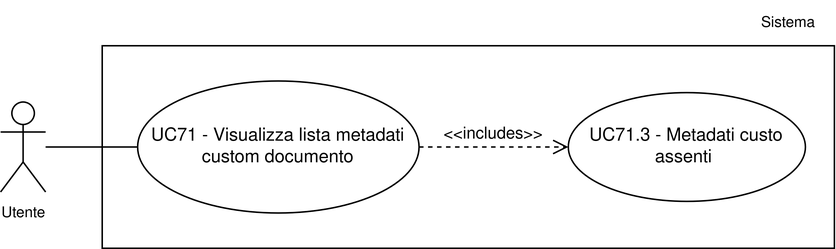
Above: assets/uml/UC71.png in 7-ZPUs/Docs (draw.io), before the change. Source tidied: cells renumbered, new cells last; positions are measured from the earlier drawing's top-left corner, leaving out a move shared by most shapes. Its diagram source:
```xml
<mxGraphModel>
  <root>
    <mxCell id="0" />
    <mxCell id="1" parent="0" />
    <mxCell id="2" style="whiteSpace=wrap;html=1;" parent="1" vertex="1">
      <mxGeometry x="67.6" y="30" width="487.8" height="135" as="geometry" />
    </mxCell>
    <mxCell id="3" value="UC71 - Visualizza lista metadati custom documento" style="ellipse;whiteSpace=wrap;html=1;" parent="1" vertex="1">
      <mxGeometry x="91.2" y="53.5" width="187.5" height="88" as="geometry" />
    </mxCell>
    <mxCell id="4" value="&lt;font style=&quot;font-size: 10px;&quot;&gt;Utente&lt;/font&gt;" style="shape=umlActor;verticalLabelPosition=bottom;verticalAlign=top;html=1;outlineConnect=0;" parent="1" vertex="1">
      <mxGeometry x="-0.1" y="67.5" width="30" height="60" as="geometry" />
    </mxCell>
    <mxCell id="5" style="endArrow=none;html=1;rounded=0;entryX=0;entryY=0.5;entryDx=0;entryDy=0;" parent="1" edge="1" source="4" target="3">
      <mxGeometry relative="1" as="geometry" />
    </mxCell>
    <mxCell id="6" value="Sistema" style="text;html=1;whiteSpace=wrap;strokeColor=none;fillColor=none;align=center;verticalAlign=middle;rounded=0;fontSize=10;" parent="1" vertex="1">
      <mxGeometry x="495.4" width="60" height="30" as="geometry" />
    </mxCell>
    <mxCell id="7" value="UC71.3 - Metadati custo assenti&amp;nbsp;" style="ellipse;whiteSpace=wrap;html=1;" parent="1" vertex="1">
      <mxGeometry x="378.1" y="61.2" width="158" height="72.5" as="geometry" />
    </mxCell>
    <mxCell id="8" value="&amp;lt;&amp;lt;includes&amp;gt;&amp;gt;" style="html=1;verticalAlign=bottom;endArrow=open;dashed=1;endSize=8;curved=0;rounded=0;" parent="1" edge="1" source="3" target="7">
      <mxGeometry relative="1" as="geometry" />
    </mxCell>
  </root>
</mxGraphModel>
```
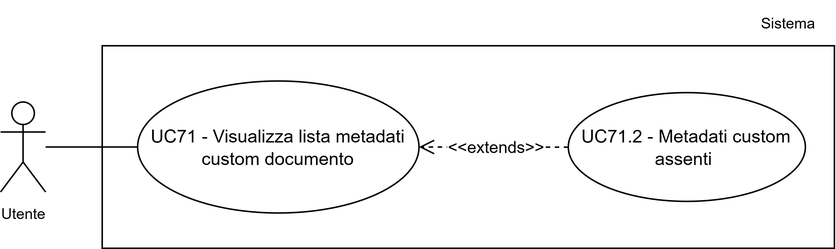
The same diagram one commit later.

Diff of the diagram source:
```diff
@@ -17,11 +17,16 @@
     <mxCell id="6" value="Sistema" style="text;html=1;whiteSpace=wrap;strokeColor=none;fillColor=none;align=center;verticalAlign=middle;rounded=0;fontSize=10;" parent="1" vertex="1">
       <mxGeometry x="495.4" width="60" height="30" as="geometry" />
     </mxCell>
-    <mxCell id="7" value="UC71.3 - Metadati custo assenti&amp;nbsp;" style="ellipse;whiteSpace=wrap;html=1;" parent="1" vertex="1">
-      <mxGeometry x="378.1" y="61.2" width="158" height="72.5" as="geometry" />
+    <mxCell id="7" style="edgeStyle=orthogonalEdgeStyle;rounded=0;jettySize=auto;html=1;endArrow=open;endFill=0;endSize=8;dashed=1;" parent="1" edge="1" source="9" target="3">
+      <mxGeometry relative="1" as="geometry" />
     </mxCell>
-    <mxCell id="8" value="&amp;lt;&amp;lt;includes&amp;gt;&amp;gt;" style="html=1;verticalAlign=bottom;endArrow=open;dashed=1;endSize=8;curved=0;rounded=0;" parent="1" edge="1" source="3" target="7">
-      <mxGeometry relative="1" as="geometry" />
+    <mxCell id="8" value="&amp;lt;&amp;lt;extends&amp;gt;&amp;gt;" style="edgeLabel;html=1;align=center;verticalAlign=middle;" parent="7" vertex="1">
+      <mxGeometry x="0.29" y="-2" relative="1" as="geometry">
+        <mxPoint x="15" y="2" as="offset" />
+      </mxGeometry>
     </mxCell>
+    <mxCell id="9" value="UC71.2 - Metadati custom assenti&amp;nbsp;" style="ellipse;whiteSpace=wrap;html=1;" parent="1" vertex="1">
+      <mxGeometry x="378.1" y="61.2" width="158" height="72.5" as="geometry" />
+    </mxCell>
   </root>
 </mxGraphModel>
```
